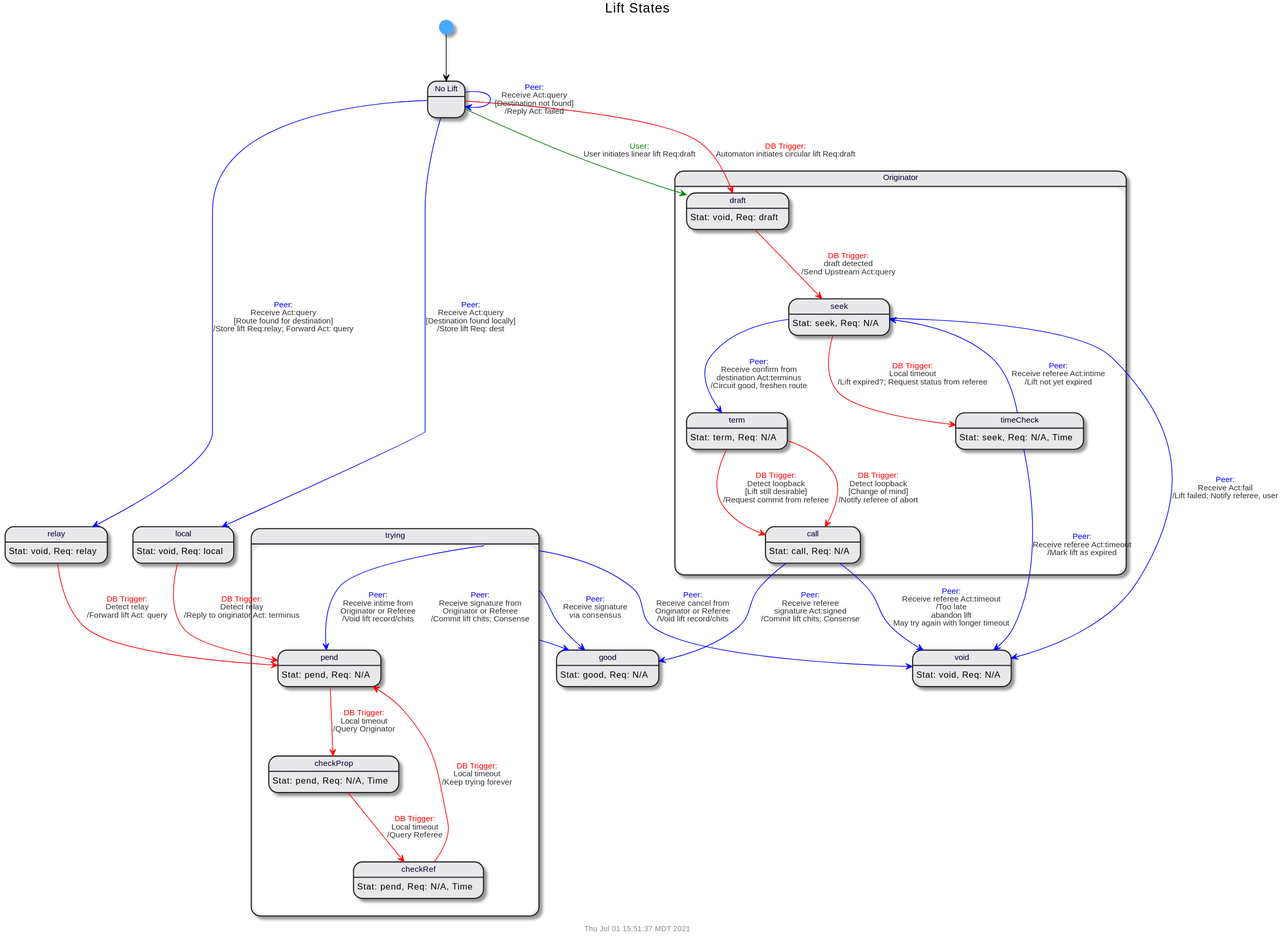
This is doc/uml/state-lift.svg from gotchoices/MyCHIPs, a PlantUML export, as it was before one commit.
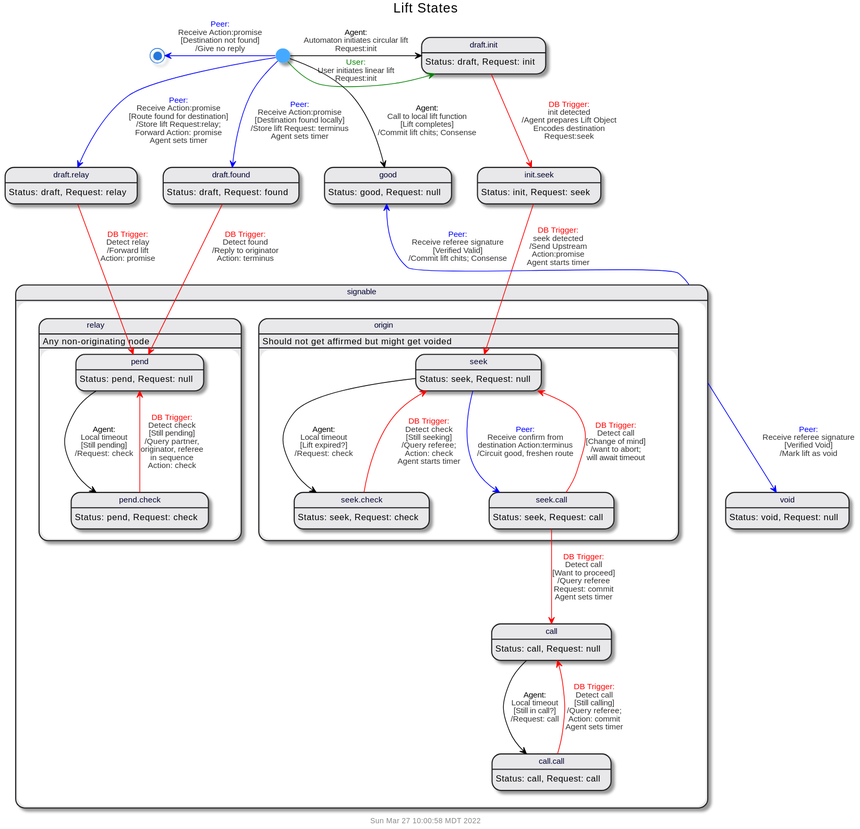
Above is the later version.

Diff of the diagram source:
```diff
@@ -2,56 +2,67 @@
 !include common.puml
 
 $title(Lift States)
-[*] --> none
-state "No Lift" as none
-
-state Originator {
-draft: Stat: void, Req: draft
-seek:  Stat: seek, Req: N/A
-term:  Stat: term, Req: N/A
-call:  Stat: call, Req: N/A
-timeCheck:  Stat: seek, Req: N/A, Time
+state "draft.init" as draftInit
+state "init.seek" as initSeek
+state "draft.relay" as draftRelay
+state "draft.found" as draftFound
+state signable {
+  state origin {
+    state seek
+    state "seek.check" as seekCheck
+    state "seek.call" as seekCall
+  }
+  state call
+  state "call.call" as callCall
+  state relay {
+    state pend
+    state "pend.check" as pendCheck
+  }
 }
 
-good:  Stat: good, Req: N/A
+draftInit: Status: draft, Request: init
+initSeek: Status: init, Request: seek
+draftFound:  Status: draft, Request: found
+draftRelay:  Status: draft, Request: relay
+seek:  Status: seek, Request: null
+seekCheck:  Status: seek, Request: check
+seekCall:  Status: seek, Request: call
+call:  Status: call, Request: null
+callCall:  Status: call, Request: call
+good:  Status: good, Request: null
+pend:  Status: pend, Request: null
+void:  Status: void, Request: null
+pendCheck:  Status: pend, Request: check
+origin: Should not get affirmed but might get voided
+relay: Any non-originating node
 
-state trying {
-  pend:  Stat: pend, Req: N/A
-  checkProp:  Stat: pend, Req: N/A, Time
-  checkRef:  Stat: pend, Req: N/A, Time
-}
-void:  Stat: void, Req: N/A
-local:  Stat: void, Req: local
-relay:  Stat: void, Req: relay
+[*] -right[$user]-> draftInit: $trans($user,User initiates linear lift\nRequest:init,'')
+[*] -right-> draftInit: $trans(Agent,Automaton initiates circular lift\nRequest:init,'')
+draftInit -[$db]-> initSeek: $trans($db, init detected, '', Agent prepares Lift Object\nEncodes destination\nRequest:seek)
+initSeek -[$db]-> seek: $trans($db, seek detected,'',Send Upstream\nAction:promise\nAgent starts timer)
 
-none -[$user]-> draft: $trans($user,User initiates linear lift Req:draft,'')
-none -[$db]-> draft: $trans($db,Automaton initiates circular lift Req:draft,'')
-draft -[$db]-> seek: $trans($db,draft detected,'',Send Upstream Act:query)
+seek -[$peer]-> seekCall: $trans($peer,'Receive confirm from\ndestination Action:terminus','', 'Circuit good, freshen route')
+seekCall -[$db]-> seek: $trans($db,Detect call, Change of mind, want to abort;\nwill await timeout)
+seekCall -[$db]-> call: $trans($db,Detect call, Want to proceed, Query referee\nRequest: commit\nAgent sets timer)
+call --> callCall: $trans(Agent, Local timeout, Still in call?, Request: call)
+callCall -[$db]-> call: $trans($db,Detect call, Still calling, Query referee;\nAction: commit\nAgent sets timer)
 
-seek -[$peer]-> void: $trans($peer,Receive Act:fail,'','Lift failed; Notify referee, user')
-seek -[$db]-> timeCheck: $trans($db,Local timeout,'', Lift expired?; Request status from referee)
-timeCheck -[$peer]-> void: $trans($peer,Receive referee Act:timeout,'', 'Mark lift as expired')
-timeCheck -[$peer]-> seek: $trans($peer,Receive referee Act:intime,'', 'Lift not yet expired')
-seek -[$peer]-> term: $trans($peer,'Receive confirm from\ndestination Act:terminus','', 'Circuit good, freshen route')
-term -[$db]-> call: $trans($db,Detect loopback,Lift still desirable, Request commit from referee)
-term -[$db]-> call: $trans($db,Detect loopback,Change of mind, Notify referee of abort)
-call -[$peer]-> good: $trans($peer,'Receive referee\nsignature Act:signed','', Commit lift chits; Consense)
-call -[$peer]-> void: $trans($peer,Receive referee Act:timeout,'', 'Too late\nabandon lift\nMay try again with longer timeout')
+seek --> seekCheck: $trans(Agent,Local timeout,Lift expired?, Request: check)
+seekCheck -[$db]-> seek: $trans($db,Detect check, Still seeking, Query referee;\nAction: check\nAgent starts timer)
 
-none -[$peer]-> none: $trans($peer,Receive Act:query,Destination not found, Reply Act: failed)
-none -[$peer]-> relay: $trans($peer,Receive Act:query,Route found for destination, 'Store lift Req:relay; Forward Act: query')
-relay -[$db]-> pend: $trans($db,Detect relay,'', Forward lift Act: query)
+[*] -left[$peer]-> [*]: $trans($peer,Receive Action:promise, Destination not found, Give no reply)
+[*] -[$peer]-> draftRelay: $trans($peer,Receive Action:promise,Route found for destination, 'Store lift Request:relay;\nForward Action: promise\nAgent sets timer')
+[*] -[$peer]-> draftFound: $trans($peer,Receive Action:promise,Destination found locally, 'Store lift Request: terminus\nAgent sets timer')
 
-none -[$peer]-> local: $trans($peer,Receive Act:query,Destination found locally, 'Store lift Req: dest')
-local -[$db]-> pend: $trans($db,Detect relay,'', Reply to originator Act: terminus)
+draftRelay -[$db]-> pend: $trans($db,Detect relay,'', Forward lift\nAction: promise)
+draftFound -[$db]-> pend: $trans($db,Detect found,'', Reply to originator\nAction: terminus)
 
-trying -[$peer]-> good: $trans($peer,'Receive signature\nvia consensus')
-pend -[$db]-> checkProp: $trans($db,Local timeout,'', Query Originator)
-checkProp -[$db]-> checkRef: $trans($db,Local timeout,'', Query Referee)
-checkRef -[$db]-> pend: $trans($db,Local timeout,'', Keep trying forever)
+pend --> pendCheck: $trans(Agent, Local timeout, Still pending, Request: check)
+pendCheck -[$db]-> pend: $trans($db, Detect check, Still pending, 'Query partner,\noriginator, referee\nin sequence\nAction: check')
 
-trying -[$peer]-> good: $trans($peer,'Receive signature from\nOriginator or Referee','', 'Commit lift chits; Consense')
-trying -[$peer]-> void: $trans($peer,'Receive cancel from\nOriginator or Referee','', 'Void lift record/chits')
-trying -[$peer]-> pend: $trans($peer,'Receive intime from\nOriginator or Referee','', 'Void lift record/chits')
+[*] --> good: $trans(Agent, Call to local lift function, Lift completes, Commit lift chits; Consense)
+
+signable -up[$peer]-> good: $trans($peer,Receive referee signature, Verified Valid, Commit lift chits; Consense)
+signable -[$peer]-> void: $trans($peer,Receive referee signature, Verified Void, Mark lift as void)
 
 @enduml
```
